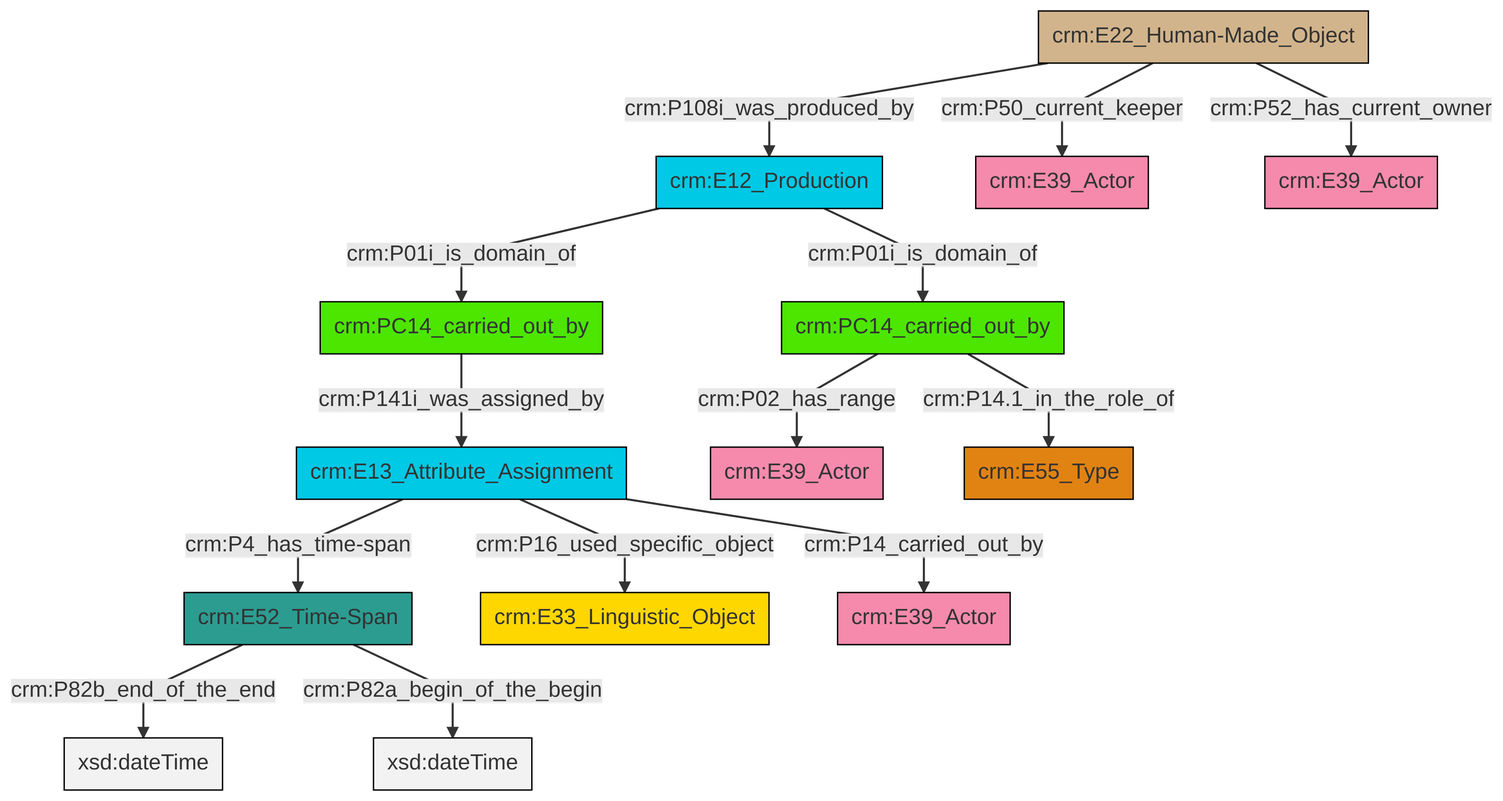
This is et/carrierCSV/ttl/mmd/png/carrier_relations.png from swiss-art-research-net/docs.swissartresearch, a Mermaid export, as it was before one commit. Its source is kept beside it as et/carrierCSV/ttl/mmd/carrier_relations.ttl.mmd.
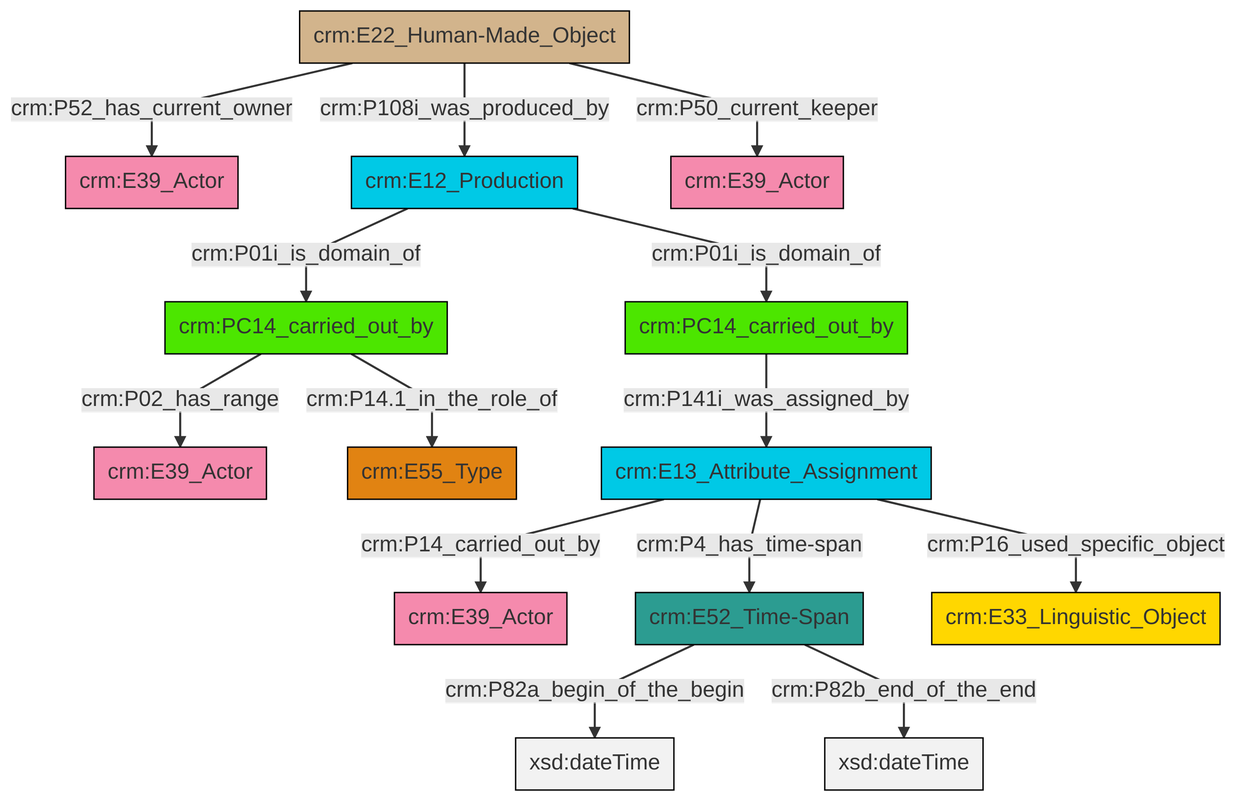
After the change.

Change to the diagram source:
```diff
@@ -13,16 +13,16 @@
 classDef PC_Classes fill:#4ce600, stroke:#000000;
 classDef Multi fill:#cccccc,stroke:#000000;
 
-0["crm:E52_Time-Span"]:::Time-Span -->|crm:P82b_end_of_the_end| 1[xsd:dateTime]:::Literal
-2["crm:E13_Attribute_Assignment"]:::Temporal_Entity -->|crm:P4_has_time-span| 0["crm:E52_Time-Span"]:::Time-Span
-6["crm:PC14_carried_out_by"]:::PC_Classes -->|crm:P02_has_range| 7["crm:E39_Actor"]:::Actor
-2["crm:E13_Attribute_Assignment"]:::Temporal_Entity -->|crm:P16_used_specific_object| 8["crm:E33_Linguistic_Object"]:::Conceptual_Object
-0["crm:E52_Time-Span"]:::Time-Span -->|crm:P82a_begin_of_the_begin| 13[xsd:dateTime]:::Literal
-4["crm:E22_Human-Made_Object"]:::Physical_Thing -->|crm:P50_current_keeper| 16["crm:E39_Actor"]:::Actor
-2["crm:E13_Attribute_Assignment"]:::Temporal_Entity -->|crm:P14_carried_out_by| 14["crm:E39_Actor"]:::Actor
-11["crm:E12_Production"]:::Temporal_Entity -->|crm:P01i_is_domain_of| 17["crm:PC14_carried_out_by"]:::PC_Classes
-4["crm:E22_Human-Made_Object"]:::Physical_Thing -->|crm:P108i_was_produced_by| 11["crm:E12_Production"]:::Temporal_Entity
-6["crm:PC14_carried_out_by"]:::PC_Classes -->|crm:P14.1_in_the_role_of| 9["crm:E55_Type"]:::Type
-11["crm:E12_Production"]:::Temporal_Entity -->|crm:P01i_is_domain_of| 6["crm:PC14_carried_out_by"]:::PC_Classes
-17["crm:PC14_carried_out_by"]:::PC_Classes -->|crm:P141i_was_assigned_by| 2["crm:E13_Attribute_Assignment"]:::Temporal_Entity
-4["crm:E22_Human-Made_Object"]:::Physical_Thing -->|crm:P52_has_current_owner| 21["crm:E39_Actor"]:::Actor
+4["crm:E12_Production"]:::Temporal_Entity -->|crm:P01i_is_domain_of| 5["crm:PC14_carried_out_by"]:::PC_Classes
+2["crm:E22_Human-Made_Object"]:::Physical_Thing -->|crm:P52_has_current_owner| 6["crm:E39_Actor"]:::Actor
+5["crm:PC14_carried_out_by"]:::PC_Classes -->|crm:P02_has_range| 0["crm:E39_Actor"]:::Actor
+7["crm:E52_Time-Span"]:::Time-Span -->|crm:P82a_begin_of_the_begin| 8[xsd:dateTime]:::Literal
+9["crm:E13_Attribute_Assignment"]:::Temporal_Entity -->|crm:P14_carried_out_by| 10["crm:E39_Actor"]:::Actor
+7["crm:E52_Time-Span"]:::Time-Span -->|crm:P82b_end_of_the_end| 11[xsd:dateTime]:::Literal
+2["crm:E22_Human-Made_Object"]:::Physical_Thing -->|crm:P108i_was_produced_by| 4["crm:E12_Production"]:::Temporal_Entity
+9["crm:E13_Attribute_Assignment"]:::Temporal_Entity -->|crm:P4_has_time-span| 7["crm:E52_Time-Span"]:::Time-Span
+4["crm:E12_Production"]:::Temporal_Entity -->|crm:P01i_is_domain_of| 14["crm:PC14_carried_out_by"]:::PC_Classes
+9["crm:E13_Attribute_Assignment"]:::Temporal_Entity -->|crm:P16_used_specific_object| 15["crm:E33_Linguistic_Object"]:::Conceptual_Object
+2["crm:E22_Human-Made_Object"]:::Physical_Thing -->|crm:P50_current_keeper| 19["crm:E39_Actor"]:::Actor
+14["crm:PC14_carried_out_by"]:::PC_Classes -->|crm:P141i_was_assigned_by| 9["crm:E13_Attribute_Assignment"]:::Temporal_Entity
+5["crm:PC14_carried_out_by"]:::PC_Classes -->|crm:P14.1_in_the_role_of| 17["crm:E55_Type"]:::Type
```
